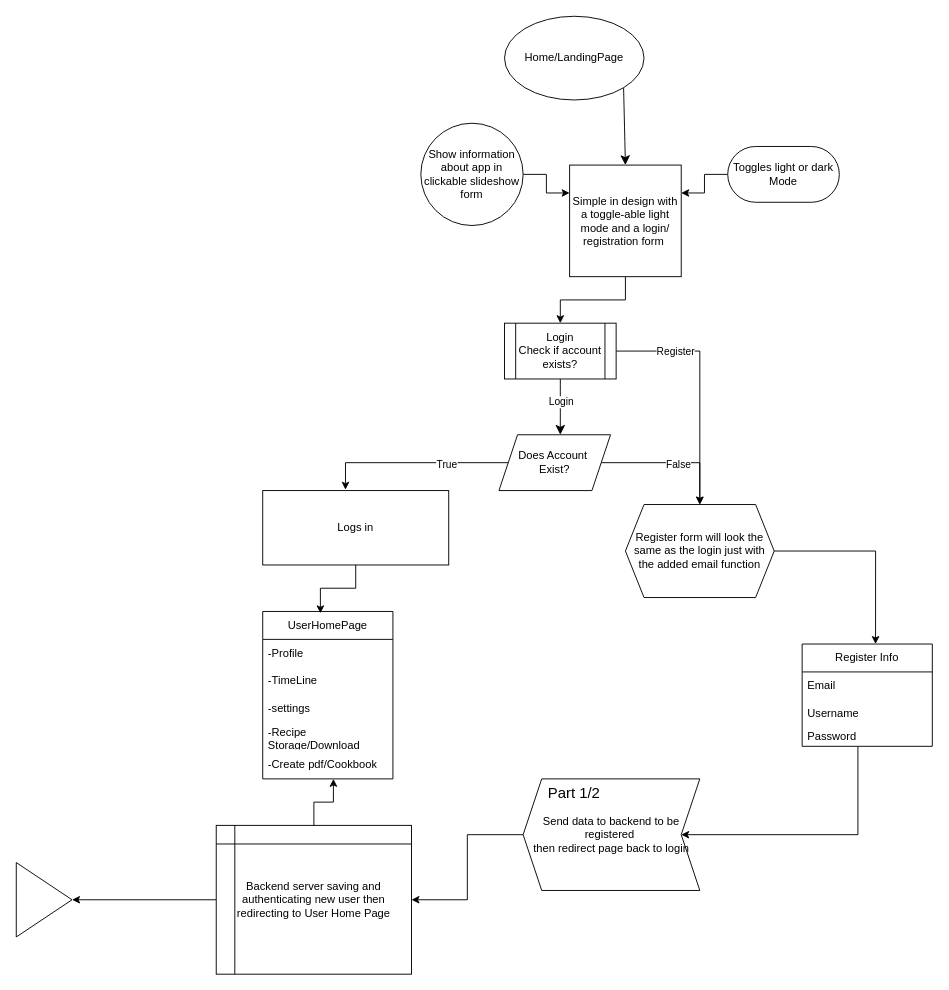
Before: RecipeApp.drawio in TimeDeception/Recipe-App, a draw.io diagram. Source tidied: cells renumbered, new cells numbered last; positions are measured from the earlier drawing's top-left corner, leaving out a move shared by most shapes. Both pictures are drawn from the tidied source at 93%, with x=0, y=0 at pixel (16, 16).
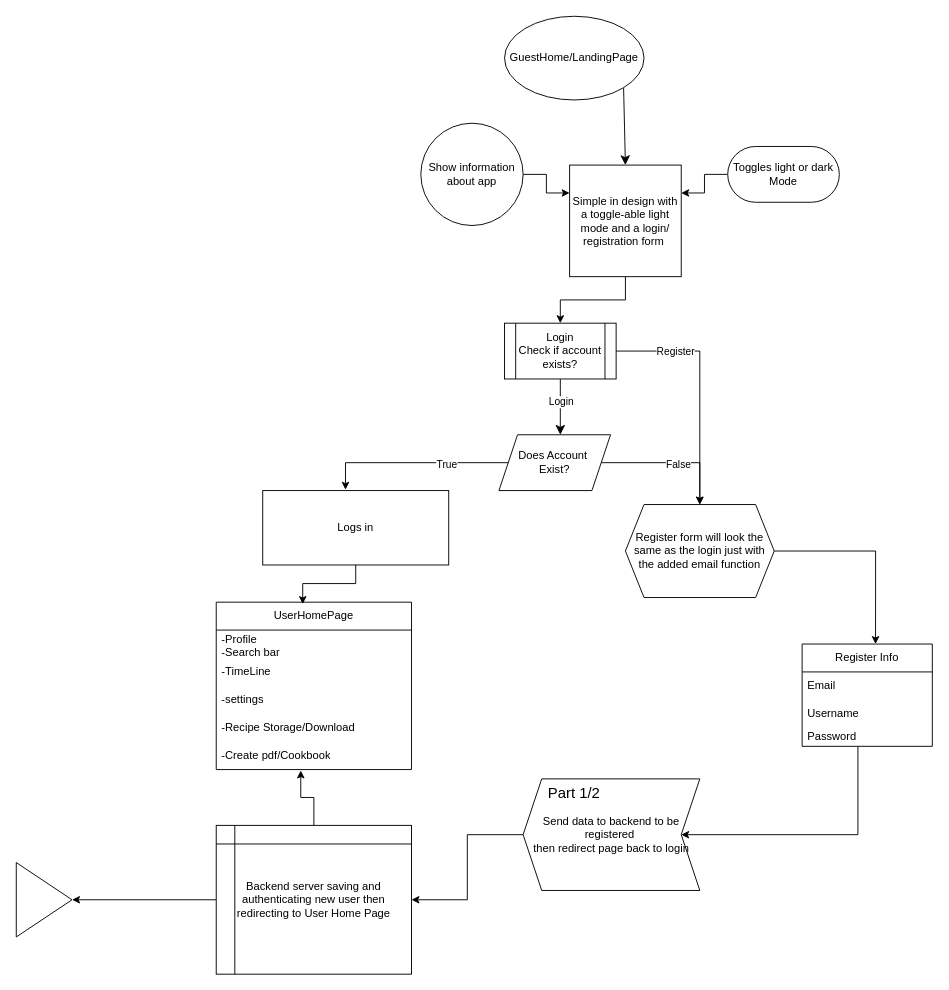
Above is the later version.

Commit message (it also covers changes not shown here):
Rearranged the structure for better css storage, and added basic Recipe functionality, along with a search feature.

The change refers to these unchanged cells:
```xml
<mxCell id="39" value="Backend server saving and authenticating new user then redirecting to User Home Page" style="shape=internalStorage;whiteSpace=wrap;html=1;backgroundOutline=1;" parent="1" vertex="1">
  <mxGeometry x="215" y="870" width="210" height="160" as="geometry" />
</mxCell>
```

Diff of the diagram source:
```diff
@@
-    <mxCell id="2" value="Home/LandingPage" style="ellipse;whiteSpace=wrap;html=1;align=center;newEdgeStyle={&quot;edgeStyle&quot;:&quot;entityRelationEdgeStyle&quot;,&quot;startArrow&quot;:&quot;none&quot;,&quot;endArrow&quot;:&quot;none&quot;,&quot;segment&quot;:10,&quot;curved&quot;:1,&quot;sourcePerimeterSpacing&quot;:0,&quot;targetPerimeterSpacing&quot;:0};" parent="1" vertex="1">
+    <mxCell id="2" value="GuestHome/LandingPage" style="ellipse;whiteSpace=wrap;html=1;align=center;newEdgeStyle={&quot;edgeStyle&quot;:&quot;entityRelationEdgeStyle&quot;,&quot;startArrow&quot;:&quot;none&quot;,&quot;endArrow&quot;:&quot;none&quot;,&quot;segment&quot;:10,&quot;curved&quot;:1,&quot;sourcePerimeterSpacing&quot;:0,&quot;targetPerimeterSpacing&quot;:0};" parent="1" vertex="1">
       <mxGeometry x="525" width="150" height="90" as="geometry" />
     </mxCell>
@@
     <mxCell id="22" value="UserHomePage" style="swimlane;fontStyle=0;horizontal=1;startSize=30;whiteSpace=wrap;html=1;" parent="1" vertex="1">
-      <mxGeometry x="265" y="640" width="140" height="180" as="geometry" />
+      <mxGeometry x="215" y="630" width="210" height="180" as="geometry" />
     </mxCell>
-    <mxCell id="23" value="-Profile" style="text;strokeColor=none;fillColor=none;align=left;verticalAlign=middle;spacingLeft=4;spacingRight=4;overflow=hidden;whiteSpace=wrap;html=1;" parent="22" vertex="1">
-      <mxGeometry y="30" width="140" height="30" as="geometry" />
+    <mxCell id="23" value="-Profile&lt;div&gt;-Search bar&lt;/div&gt;" style="text;strokeColor=none;fillColor=none;align=left;verticalAlign=middle;spacingLeft=4;spacingRight=4;overflow=hidden;whiteSpace=wrap;html=1;" parent="22" vertex="1">
+      <mxGeometry y="30" width="210" height="30" as="geometry" />
     </mxCell>
     <mxCell id="24" value="-TimeLine" style="text;strokeColor=none;fillColor=none;align=left;verticalAlign=middle;spacingLeft=4;spacingRight=4;overflow=hidden;whiteSpace=wrap;html=1;" parent="22" vertex="1">
-      <mxGeometry y="60" width="140" height="30" as="geometry" />
+      <mxGeometry y="60" width="210" height="30" as="geometry" />
     </mxCell>
     <mxCell id="25" value="-settings" style="text;strokeColor=none;fillColor=none;align=left;verticalAlign=middle;spacingLeft=4;spacingRight=4;overflow=hidden;whiteSpace=wrap;html=1;" parent="22" vertex="1">
-      <mxGeometry y="90" width="140" height="30" as="geometry" />
+      <mxGeometry y="90" width="210" height="30" as="geometry" />
     </mxCell>
     <mxCell id="26" value="-Recipe Storage/Download" style="text;strokeColor=none;fillColor=none;align=left;verticalAlign=middle;spacingLeft=4;spacingRight=4;overflow=hidden;whiteSpace=wrap;html=1;" parent="22" vertex="1">
-      <mxGeometry y="120" width="140" height="30" as="geometry" />
+      <mxGeometry y="120" width="210" height="30" as="geometry" />
     </mxCell>
     <mxCell id="27" value="-Create pdf/Cookbook" style="text;strokeColor=none;fillColor=none;align=left;verticalAlign=middle;spacingLeft=4;spacingRight=4;overflow=hidden;points=[[0,0.5],[1,0.5]];portConstraint=eastwest;whiteSpace=wrap;html=1;" parent="22" vertex="1">
-      <mxGeometry y="150" width="140" height="30" as="geometry" />
+      <mxGeometry y="150" width="210" height="30" as="geometry" />
     </mxCell>
@@
-    <mxCell id="29" value="Show information about app in clickable slideshow form" style="ellipse;whiteSpace=wrap;html=1;" parent="1" vertex="1">
+    <mxCell id="29" value="Show information about app" style="ellipse;whiteSpace=wrap;html=1;" parent="1" vertex="1">
       <mxGeometry x="435" y="115" width="110" height="110" as="geometry" />
     </mxCell>
@@
+    <mxCell id="41" style="triangle;whiteSpace=wrap;html=1;direction=east;" parent="1" vertex="1">
+      <mxGeometry y="910" width="60" height="80" as="geometry" />
+    </mxCell>
-    <mxCell id="40" style="edgeStyle=orthogonalEdgeStyle;rounded=0;jettySize=auto;html=1;entryX=0.543;entryY=1;entryDx=0;entryDy=0;entryPerimeter=0;" parent="1" edge="1" source="39" target="27">
+    <mxCell id="40" style="edgeStyle=orthogonalEdgeStyle;rounded=0;jettySize=auto;html=1;entryX=0.433;entryY=1.033;entryDx=0;entryDy=0;entryPerimeter=0;" parent="1" edge="1" source="39" target="27">
       <mxGeometry relative="1" as="geometry" />
     </mxCell>
-    <mxCell id="41" style="triangle;whiteSpace=wrap;html=1;direction=east;" parent="1" vertex="1">
-      <mxGeometry y="910" width="60" height="80" as="geometry" />
-    </mxCell>
```
